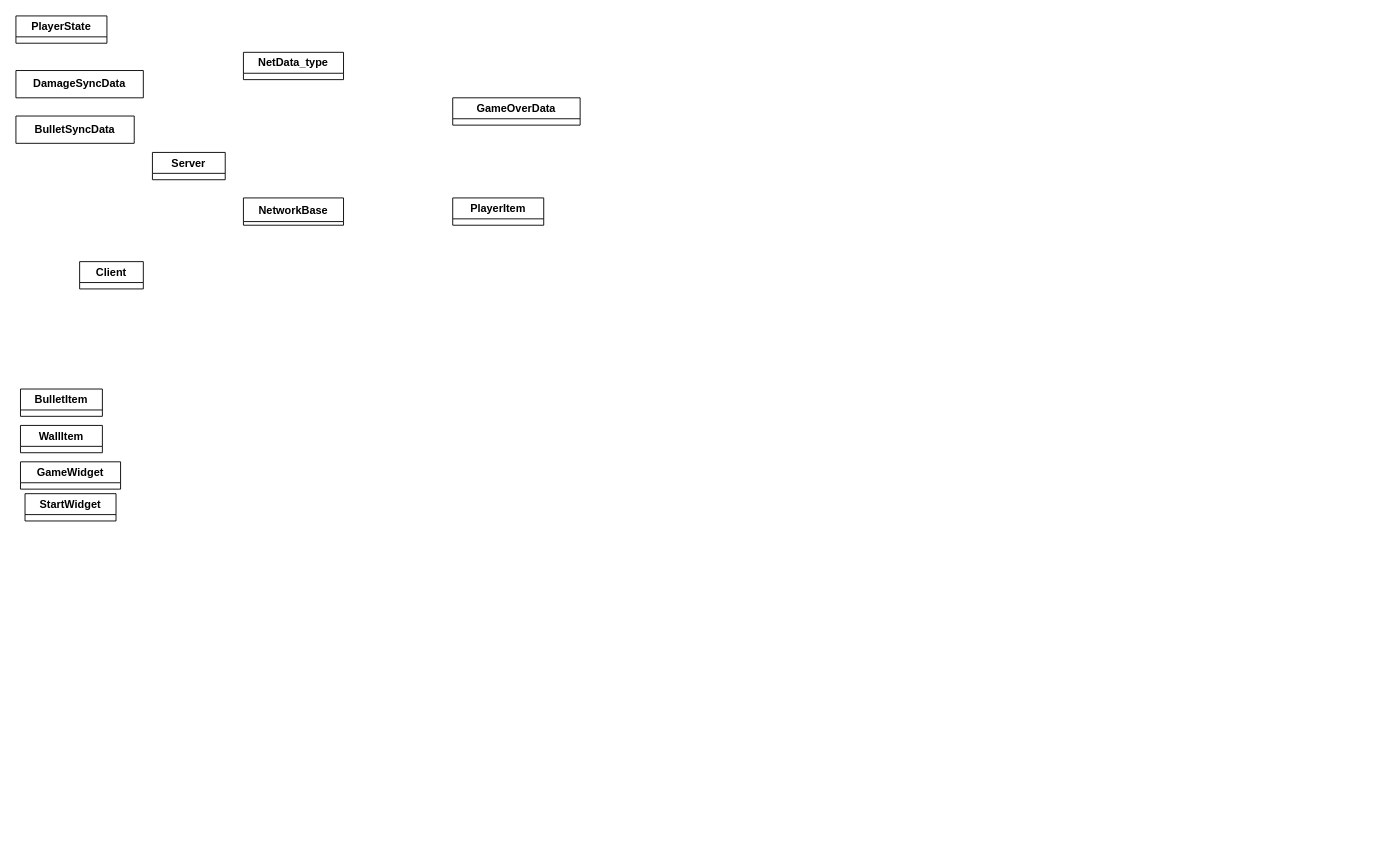
This is 未命名绘图.drawio from tiance002/text1, a draw.io file, before an edit. Source tidied: cells renumbered, new cells numbered last; positions are measured from the earlier drawing's top-left corner, leaving out a move shared by most shapes. Both pictures are drawn from the tidied source at 91%, with x=0, y=0 at pixel (15, 15).
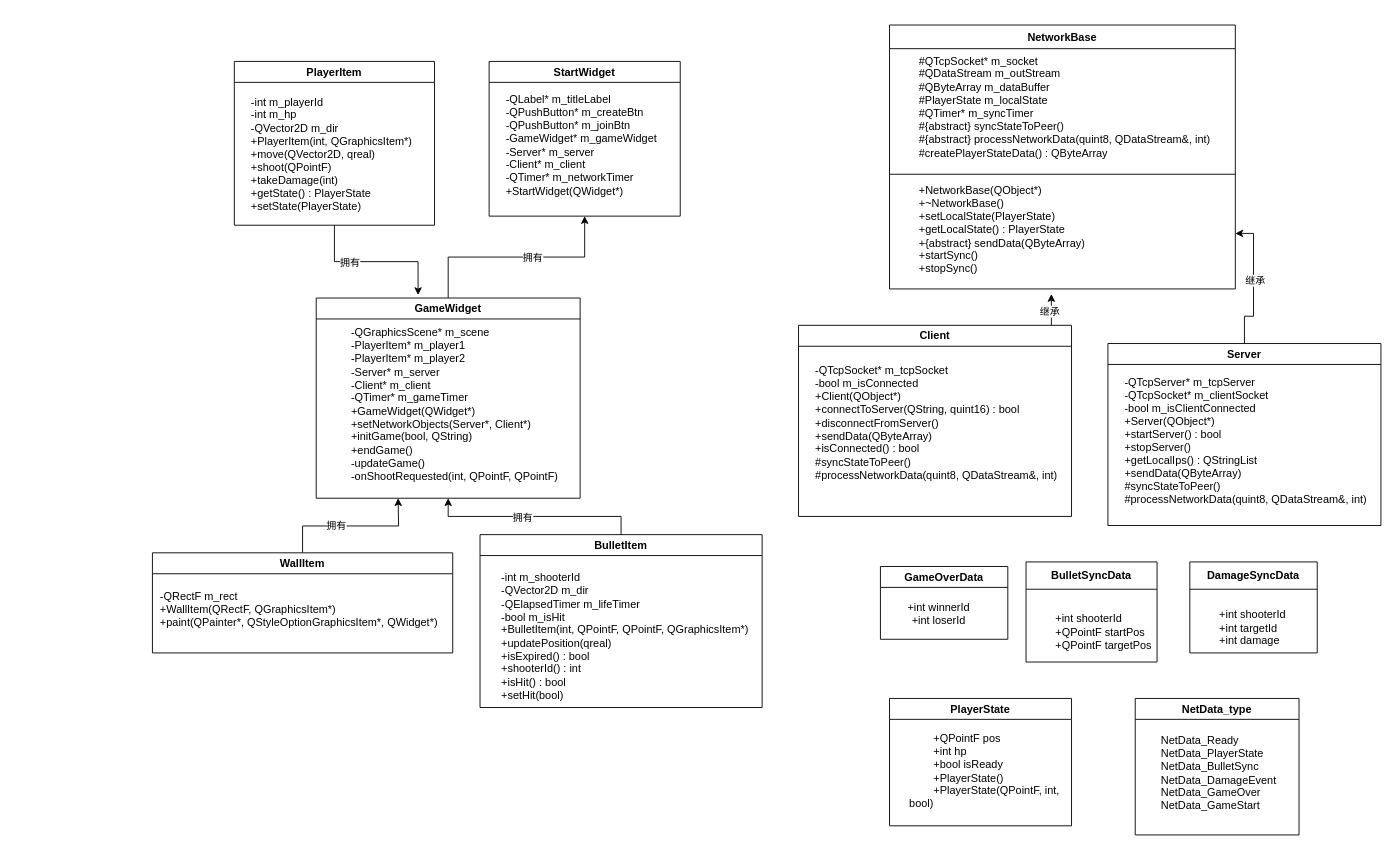
After the change.

Commit message:
更新未命名绘图.drawio

Diff of the diagram source:
```diff
@@
-    <mxCell id="2" value="PlayerState" style="swimlane;whiteSpace=wrap;html=1;" parent="1" vertex="1" collapsed="1">
-      <mxGeometry width="100" height="30" as="geometry" />
+    <mxCell id="2" value="PlayerState" style="swimlane;whiteSpace=wrap;html=1;" parent="1" vertex="1">
+      <mxGeometry x="960" y="750" width="200" height="140" as="geometry" />
     </mxCell>
+    <mxCell id="15" value="&lt;div&gt;&amp;nbsp; &amp;nbsp; &amp;nbsp; &amp;nbsp; +QPointF pos&lt;/div&gt;&lt;div&gt;&amp;nbsp; &amp;nbsp; &amp;nbsp; &amp;nbsp; +int hp&lt;/div&gt;&lt;div&gt;&amp;nbsp; &amp;nbsp; &amp;nbsp; &amp;nbsp; +bool isReady&lt;/div&gt;&lt;div&gt;&amp;nbsp; &amp;nbsp; &amp;nbsp; &amp;nbsp; +PlayerState()&lt;/div&gt;&lt;div style=&quot;&quot;&gt;&amp;nbsp; &amp;nbsp; &amp;nbsp; &amp;nbsp; +PlayerState(QPointF, int, bool)&lt;/div&gt;" style="text;html=1;whiteSpace=wrap;strokeColor=none;fillColor=none;align=left;verticalAlign=middle;rounded=0;" parent="2" vertex="1">
+      <mxGeometry x="20" y="50" width="190" height="60" as="geometry" />
+    </mxCell>
-    <mxCell id="3" value="&lt;b&gt;DamageSyncData&lt;/b&gt;" style="swimlane;fontStyle=0;horizontal=1;startSize=30;whiteSpace=wrap;html=1;" parent="1" vertex="1" collapsed="1">
-      <mxGeometry y="60" width="140" height="30" as="geometry" />
+    <mxCell id="3" value="&lt;b&gt;DamageSyncData&lt;/b&gt;" style="swimlane;fontStyle=0;horizontal=1;startSize=30;whiteSpace=wrap;html=1;" parent="1" vertex="1">
+      <mxGeometry x="1290" y="600" width="140" height="100" as="geometry" />
     </mxCell>
+    <mxCell id="16" value="&lt;div&gt;&lt;br&gt;&lt;/div&gt;&lt;div&gt;&amp;nbsp; &amp;nbsp; &amp;nbsp; &amp;nbsp; +int shooterId&lt;/div&gt;&lt;div&gt;&amp;nbsp; &amp;nbsp; &amp;nbsp; &amp;nbsp; +int targetId&lt;/div&gt;&lt;div&gt;&amp;nbsp; &amp;nbsp; &amp;nbsp; &amp;nbsp; +int damage&lt;/div&gt;" style="text;strokeColor=none;fillColor=none;align=left;verticalAlign=middle;spacingLeft=4;spacingRight=4;overflow=hidden;whiteSpace=wrap;html=1;" parent="3" vertex="1">
+      <mxGeometry y="30" width="140" height="70" as="geometry" />
+    </mxCell>
-    <mxCell id="4" value="&lt;span style=&quot;font-weight: 700;&quot;&gt;BulletSyncData&lt;/span&gt;" style="swimlane;fontStyle=0;horizontal=1;startSize=30;whiteSpace=wrap;html=1;" parent="1" vertex="1" collapsed="1">
-      <mxGeometry y="110" width="130" height="30" as="geometry" />
+    <mxCell id="4" value="&lt;span style=&quot;font-weight: 700;&quot;&gt;BulletSyncData&lt;/span&gt;" style="swimlane;fontStyle=0;horizontal=1;startSize=30;whiteSpace=wrap;html=1;" parent="1" vertex="1">
+      <mxGeometry x="1110" y="600" width="144" height="110" as="geometry" />
     </mxCell>
+    <mxCell id="17" value="&lt;br&gt;&lt;div&gt;&lt;div&gt;&amp;nbsp; &amp;nbsp; &amp;nbsp; &amp;nbsp; +int shooterId&lt;/div&gt;&lt;div&gt;&amp;nbsp; &amp;nbsp; &amp;nbsp; &amp;nbsp; +QPointF startPos&lt;/div&gt;&lt;div&gt;&amp;nbsp; &amp;nbsp; &amp;nbsp; &amp;nbsp; +QPointF targetPos&lt;/div&gt;&lt;/div&gt;" style="text;strokeColor=none;fillColor=none;align=left;verticalAlign=middle;spacingLeft=4;spacingRight=4;overflow=hidden;whiteSpace=wrap;html=1;" parent="4" vertex="1">
+      <mxGeometry y="30" width="144" height="80" as="geometry" />
+    </mxCell>
-    <mxCell id="5" value="GameOverData" style="swimlane;whiteSpace=wrap;html=1;" parent="1" vertex="1" collapsed="1">
-      <mxGeometry x="480" y="90" width="140" height="30" as="geometry" />
+    <mxCell id="5" value="GameOverData" style="swimlane;whiteSpace=wrap;html=1;" parent="1" vertex="1">
+      <mxGeometry x="950" y="605" width="140" height="80" as="geometry" />
     </mxCell>
+    <mxCell id="18" value="&lt;div&gt;&lt;br&gt;&lt;/div&gt;&lt;div&gt;&amp;nbsp; &amp;nbsp; &amp;nbsp; &amp;nbsp; +int winnerId&lt;/div&gt;&lt;div&gt;&amp;nbsp; &amp;nbsp; &amp;nbsp; &amp;nbsp; +int loserId&lt;/div&gt;" style="text;html=1;whiteSpace=wrap;strokeColor=none;fillColor=none;align=center;verticalAlign=middle;rounded=0;" parent="5" vertex="1">
+      <mxGeometry x="1" y="30" width="100" height="30" as="geometry" />
+    </mxCell>
-    <mxCell id="6" value="NetData_type" style="swimlane;whiteSpace=wrap;html=1;" parent="1" vertex="1" collapsed="1">
-      <mxGeometry x="250" y="40" width="110" height="30" as="geometry" />
+    <mxCell id="6" value="NetData_type" style="swimlane;whiteSpace=wrap;html=1;" parent="1" vertex="1">
+      <mxGeometry x="1230" y="750" width="180" height="150" as="geometry" />
     </mxCell>
+    <mxCell id="19" value="&lt;div&gt;&lt;br&gt;&lt;/div&gt;&lt;div&gt;&amp;nbsp; &amp;nbsp; &amp;nbsp; &amp;nbsp; NetData_Ready&lt;/div&gt;&lt;div&gt;&amp;nbsp; &amp;nbsp; &amp;nbsp; &amp;nbsp; NetData_PlayerState&lt;/div&gt;&lt;div&gt;&amp;nbsp; &amp;nbsp; &amp;nbsp; &amp;nbsp; NetData_BulletSync&lt;/div&gt;&lt;div&gt;&amp;nbsp; &amp;nbsp; &amp;nbsp; &amp;nbsp; NetData_DamageEvent&lt;/div&gt;&lt;div&gt;&amp;nbsp; &amp;nbsp; &amp;nbsp; &amp;nbsp; NetData_GameOver&lt;/div&gt;&lt;div&gt;&amp;nbsp; &amp;nbsp; &amp;nbsp; &amp;nbsp; NetData_GameStart&lt;/div&gt;" style="text;html=1;whiteSpace=wrap;strokeColor=none;fillColor=none;align=left;verticalAlign=middle;rounded=0;" parent="6" vertex="1">
+      <mxGeometry y="60" width="160" height="30" as="geometry" />
+    </mxCell>
+    <mxCell id="20" style="edgeStyle=orthogonalEdgeStyle;rounded=0;jettySize=auto;html=1;" parent="1" edge="1" source="7" target="41">
+      <mxGeometry relative="1" as="geometry" />
+    </mxCell>
+    <mxCell id="21" value="继承" style="edgeLabel;html=1;align=center;verticalAlign=middle;" parent="20" vertex="1">
+      <mxGeometry x="0.06" y="-1" relative="1" as="geometry" />
+    </mxCell>
-    <mxCell id="7" value="Server" style="swimlane;whiteSpace=wrap;html=1;" parent="1" vertex="1" collapsed="1">
-      <mxGeometry x="150" y="150" width="80" height="30" as="geometry" />
+    <mxCell id="7" value="Server" style="swimlane;whiteSpace=wrap;html=1;" parent="1" vertex="1">
+      <mxGeometry x="1200" y="360" width="300" height="200" as="geometry" />
     </mxCell>
+    <mxCell id="22" value="&lt;div&gt;&lt;br&gt;&lt;/div&gt;&lt;div&gt;&amp;nbsp; &amp;nbsp; &amp;nbsp; &amp;nbsp; -QTcpServer* m_tcpServer&lt;/div&gt;&lt;div&gt;&amp;nbsp; &amp;nbsp; &amp;nbsp; &amp;nbsp; -QTcpSocket* m_clientSocket&lt;/div&gt;&lt;div&gt;&amp;nbsp; &amp;nbsp; &amp;nbsp; &amp;nbsp; -bool m_isClientConnected&lt;/div&gt;&lt;div&gt;&amp;nbsp; &amp;nbsp; &amp;nbsp; &amp;nbsp; +Server(QObject*)&lt;/div&gt;&lt;div&gt;&amp;nbsp; &amp;nbsp; &amp;nbsp; &amp;nbsp; +startServer() : bool&lt;/div&gt;&lt;div&gt;&amp;nbsp; &amp;nbsp; &amp;nbsp; &amp;nbsp; +stopServer()&lt;/div&gt;&lt;div&gt;&amp;nbsp; &amp;nbsp; &amp;nbsp; &amp;nbsp; +getLocalIps() : QStringList&lt;/div&gt;&lt;div&gt;&amp;nbsp; &amp;nbsp; &amp;nbsp; &amp;nbsp; +sendData(QByteArray)&lt;/div&gt;&lt;div&gt;&amp;nbsp; &amp;nbsp; &amp;nbsp; &amp;nbsp; #syncStateToPeer()&lt;/div&gt;&lt;div&gt;&amp;nbsp; &amp;nbsp; &amp;nbsp; &amp;nbsp; #processNetworkData(quint8, QDataStream&amp;amp;, int)&lt;/div&gt;" style="text;html=1;whiteSpace=wrap;strokeColor=none;fillColor=none;align=left;verticalAlign=middle;rounded=0;" parent="7" vertex="1">
+      <mxGeometry x="-10" y="85" width="300" height="30" as="geometry" />
+    </mxCell>
+    <mxCell id="23" style="edgeStyle=orthogonalEdgeStyle;rounded=0;jettySize=auto;html=1;entryX=0.468;entryY=1.046;entryDx=0;entryDy=0;entryPerimeter=0;" parent="1" edge="1" source="8" target="41">
+      <mxGeometry relative="1" as="geometry">
+        <Array as="points">
+          <mxPoint x="998" y="370" />
+          <mxPoint x="998" y="370" />
+        </Array>
+      </mxGeometry>
+    </mxCell>
+    <mxCell id="24" value="继承" style="edgeLabel;html=1;align=center;verticalAlign=middle;" parent="23" vertex="1">
+      <mxGeometry x="-0.07" y="2" relative="1" as="geometry" />
+    </mxCell>
-    <mxCell id="8" value="Client" style="swimlane;whiteSpace=wrap;html=1;" parent="1" vertex="1" collapsed="1">
-      <mxGeometry x="70" y="270" width="70" height="30" as="geometry" />
+    <mxCell id="8" value="Client" style="swimlane;whiteSpace=wrap;html=1;" parent="1" vertex="1">
+      <mxGeometry x="860" y="340" width="300" height="210" as="geometry" />
     </mxCell>
+    <mxCell id="25" value="&lt;div&gt;&lt;br&gt;&lt;/div&gt;&lt;div&gt;&amp;nbsp; &amp;nbsp; &amp;nbsp; &amp;nbsp; -QTcpSocket* m_tcpSocket&lt;/div&gt;&lt;div&gt;&amp;nbsp; &amp;nbsp; &amp;nbsp; &amp;nbsp; -bool m_isConnected&lt;/div&gt;&lt;div&gt;&amp;nbsp; &amp;nbsp; &amp;nbsp; &amp;nbsp; +Client(QObject*)&lt;/div&gt;&lt;div&gt;&amp;nbsp; &amp;nbsp; &amp;nbsp; &amp;nbsp; +connectToServer(QString, quint16) : bool&lt;/div&gt;&lt;div&gt;&amp;nbsp; &amp;nbsp; &amp;nbsp; &amp;nbsp; +disconnectFromServer()&lt;/div&gt;&lt;div&gt;&amp;nbsp; &amp;nbsp; &amp;nbsp; &amp;nbsp; +sendData(QByteArray)&lt;/div&gt;&lt;div&gt;&amp;nbsp; &amp;nbsp; &amp;nbsp; &amp;nbsp; +isConnected() : bool&lt;/div&gt;&lt;div&gt;&amp;nbsp; &amp;nbsp; &amp;nbsp; &amp;nbsp; #syncStateToPeer()&lt;/div&gt;&lt;div&gt;&amp;nbsp; &amp;nbsp; &amp;nbsp; &amp;nbsp; #processNetworkData(quint8, QDataStream&amp;amp;, int)&lt;/div&gt;" style="text;html=1;whiteSpace=wrap;strokeColor=none;fillColor=none;align=left;verticalAlign=middle;rounded=0;" parent="8" vertex="1">
+      <mxGeometry x="-10" y="85" width="300" height="30" as="geometry" />
+    </mxCell>
+    <mxCell id="26" style="edgeStyle=orthogonalEdgeStyle;rounded=0;jettySize=auto;html=1;entryX=0.386;entryY=-0.015;entryDx=0;entryDy=0;entryPerimeter=0;" parent="1" edge="1" source="9" target="12">
+      <mxGeometry relative="1" as="geometry" />
+    </mxCell>
+    <mxCell id="27" value="拥有" style="edgeLabel;html=1;align=center;verticalAlign=middle;" parent="26" vertex="1">
+      <mxGeometry x="-0.34" relative="1" as="geometry" />
+    </mxCell>
-    <mxCell id="9" value="PlayerItem" style="swimlane;whiteSpace=wrap;html=1;" parent="1" vertex="1" collapsed="1">
-      <mxGeometry x="480" y="200" width="100" height="30" as="geometry" />
+    <mxCell id="9" value="PlayerItem" style="swimlane;whiteSpace=wrap;html=1;" parent="1" vertex="1">
+      <mxGeometry x="240" y="50" width="220" height="180" as="geometry" />
     </mxCell>
+    <mxCell id="28" value="&lt;div&gt;&lt;br&gt;&lt;/div&gt;&lt;div&gt;&amp;nbsp; &amp;nbsp; &amp;nbsp; &amp;nbsp; -int m_playerId&lt;/div&gt;&lt;div&gt;&amp;nbsp; &amp;nbsp; &amp;nbsp; &amp;nbsp; -int m_hp&lt;/div&gt;&lt;div&gt;&amp;nbsp; &amp;nbsp; &amp;nbsp; &amp;nbsp; -QVector2D m_dir&lt;/div&gt;&lt;div&gt;&amp;nbsp; &amp;nbsp; &amp;nbsp; &amp;nbsp; +PlayerItem(int, QGraphicsItem*)&lt;/div&gt;&lt;div&gt;&amp;nbsp; &amp;nbsp; &amp;nbsp; &amp;nbsp; +move(QVector2D, qreal)&lt;/div&gt;&lt;div&gt;&amp;nbsp; &amp;nbsp; &amp;nbsp; &amp;nbsp; +shoot(QPointF)&lt;/div&gt;&lt;div&gt;&amp;nbsp; &amp;nbsp; &amp;nbsp; &amp;nbsp; +takeDamage(int)&lt;/div&gt;&lt;div&gt;&amp;nbsp; &amp;nbsp; &amp;nbsp; &amp;nbsp; +getState() : PlayerState&lt;/div&gt;&lt;div&gt;&amp;nbsp; &amp;nbsp; &amp;nbsp; &amp;nbsp; +setState(PlayerState)&lt;/div&gt;" style="text;html=1;whiteSpace=wrap;strokeColor=none;fillColor=none;align=left;verticalAlign=middle;rounded=0;" parent="9" vertex="1">
+      <mxGeometry x="-10" y="80" width="230" height="30" as="geometry" />
+    </mxCell>
+    <mxCell id="29" style="edgeStyle=orthogonalEdgeStyle;rounded=0;jettySize=auto;html=1;exitX=0.5;exitY=0;exitDx=0;exitDy=0;entryX=0.5;entryY=1;entryDx=0;entryDy=0;" parent="1" edge="1" source="10" target="12">
+      <mxGeometry relative="1" as="geometry" />
+    </mxCell>
+    <mxCell id="30" value="拥有" style="edgeLabel;html=1;align=center;verticalAlign=middle;" parent="29" vertex="1">
+      <mxGeometry x="0.12" y="1" relative="1" as="geometry" />
+    </mxCell>
-    <mxCell id="10" value="BulletItem" style="swimlane;whiteSpace=wrap;html=1;" parent="1" vertex="1" collapsed="1">
-      <mxGeometry x="5" y="410" width="90" height="30" as="geometry" />
+    <mxCell id="10" value="BulletItem" style="swimlane;whiteSpace=wrap;html=1;" parent="1" vertex="1">
+      <mxGeometry x="510" y="570" width="310" height="190" as="geometry" />
     </mxCell>
+    <mxCell id="31" value="&lt;div&gt;&lt;br&gt;&lt;/div&gt;&lt;div&gt;&amp;nbsp; &amp;nbsp; &amp;nbsp; &amp;nbsp; -int m_shooterId&lt;/div&gt;&lt;div&gt;&amp;nbsp; &amp;nbsp; &amp;nbsp; &amp;nbsp; -QVector2D m_dir&lt;/div&gt;&lt;div&gt;&amp;nbsp; &amp;nbsp; &amp;nbsp; &amp;nbsp; -QElapsedTimer m_lifeTimer&lt;/div&gt;&lt;div&gt;&amp;nbsp; &amp;nbsp; &amp;nbsp; &amp;nbsp; -bool m_isHit&lt;/div&gt;&lt;div&gt;&amp;nbsp; &amp;nbsp; &amp;nbsp; &amp;nbsp; +BulletItem(int, QPointF, QPointF, QGraphicsItem*)&lt;/div&gt;&lt;div&gt;&amp;nbsp; &amp;nbsp; &amp;nbsp; &amp;nbsp; +updatePosition(qreal)&lt;/div&gt;&lt;div&gt;&amp;nbsp; &amp;nbsp; &amp;nbsp; &amp;nbsp; +isExpired() : bool&lt;/div&gt;&lt;div&gt;&amp;nbsp; &amp;nbsp; &amp;nbsp; &amp;nbsp; +shooterId() : int&lt;/div&gt;&lt;div&gt;&amp;nbsp; &amp;nbsp; &amp;nbsp; &amp;nbsp; +isHit() : bool&lt;/div&gt;&lt;div&gt;&amp;nbsp; &amp;nbsp; &amp;nbsp; &amp;nbsp; +setHit(bool)&lt;/div&gt;" style="text;html=1;whiteSpace=wrap;strokeColor=none;fillColor=none;align=left;verticalAlign=middle;rounded=0;" parent="10" vertex="1">
+      <mxGeometry x="-5" y="90" width="320" height="30" as="geometry" />
+    </mxCell>
+    <mxCell id="32" style="edgeStyle=orthogonalEdgeStyle;rounded=0;jettySize=auto;html=1;exitX=0.5;exitY=0;exitDx=0;exitDy=0;" parent="1" edge="1" source="11">
+      <mxGeometry relative="1" as="geometry">
+        <mxPoint x="420" y="530" as="targetPoint" />
+      </mxGeometry>
+    </mxCell>
+    <mxCell id="33" value="拥有" style="edgeLabel;html=1;align=center;verticalAlign=middle;" parent="32" vertex="1">
+      <mxGeometry x="-0.2" y="1" relative="1" as="geometry" />
+    </mxCell>
-    <mxCell id="11" value="WallItem" style="swimlane;whiteSpace=wrap;html=1;" parent="1" vertex="1" collapsed="1">
-      <mxGeometry x="5" y="450" width="90" height="30" as="geometry" />
+    <mxCell id="11" value="WallItem" style="swimlane;whiteSpace=wrap;html=1;" parent="1" vertex="1">
+      <mxGeometry x="150" y="590" width="330" height="110" as="geometry" />
     </mxCell>
+    <mxCell id="34" value="&lt;div&gt;&lt;br&gt;&lt;/div&gt;&lt;div&gt;&amp;nbsp; &amp;nbsp; &amp;nbsp; &amp;nbsp; -QRectF m_rect&lt;/div&gt;&lt;div&gt;&amp;nbsp; &amp;nbsp; &amp;nbsp; &amp;nbsp; +WallItem(QRectF, QGraphicsItem*)&lt;/div&gt;&lt;div&gt;&amp;nbsp; &amp;nbsp; &amp;nbsp; &amp;nbsp; +paint(QPainter*, QStyleOptionGraphicsItem*, QWidget*)&lt;/div&gt;" style="text;html=1;whiteSpace=wrap;strokeColor=none;fillColor=none;align=left;verticalAlign=middle;rounded=0;" parent="11" vertex="1">
+      <mxGeometry x="-20" y="40" width="340" height="30" as="geometry" />
+    </mxCell>
+    <mxCell id="35" style="edgeStyle=orthogonalEdgeStyle;rounded=0;jettySize=auto;html=1;entryX=0.5;entryY=1;entryDx=0;entryDy=0;" parent="1" edge="1" source="12" target="13">
+      <mxGeometry relative="1" as="geometry" />
+    </mxCell>
+    <mxCell id="36" value="拥有" style="edgeLabel;html=1;align=center;verticalAlign=middle;" parent="35" vertex="1">
+      <mxGeometry x="0.14" relative="1" as="geometry" />
+    </mxCell>
-    <mxCell id="12" value="GameWidget" style="swimlane;whiteSpace=wrap;html=1;" parent="1" vertex="1" collapsed="1">
-      <mxGeometry x="5" y="490" width="110" height="30" as="geometry" />
+    <mxCell id="12" value="GameWidget" style="swimlane;whiteSpace=wrap;html=1;" parent="1" vertex="1">
+      <mxGeometry x="330" y="310" width="290" height="220" as="geometry" />
     </mxCell>
+    <mxCell id="37" value="&lt;div&gt;&lt;br&gt;&lt;/div&gt;&lt;div&gt;&amp;nbsp; &amp;nbsp; &amp;nbsp; &amp;nbsp; -QGraphicsScene* m_scene&lt;/div&gt;&lt;div&gt;&amp;nbsp; &amp;nbsp; &amp;nbsp; &amp;nbsp; -PlayerItem* m_player1&lt;/div&gt;&lt;div&gt;&amp;nbsp; &amp;nbsp; &amp;nbsp; &amp;nbsp; -PlayerItem* m_player2&lt;/div&gt;&lt;div&gt;&amp;nbsp; &amp;nbsp; &amp;nbsp; &amp;nbsp; -Server* m_server&lt;/div&gt;&lt;div&gt;&amp;nbsp; &amp;nbsp; &amp;nbsp; &amp;nbsp; -Client* m_client&lt;/div&gt;&lt;div&gt;&amp;nbsp; &amp;nbsp; &amp;nbsp; &amp;nbsp; -QTimer* m_gameTimer&lt;/div&gt;&lt;div&gt;&amp;nbsp; &amp;nbsp; &amp;nbsp; &amp;nbsp; +GameWidget(QWidget*)&lt;/div&gt;&lt;div&gt;&amp;nbsp; &amp;nbsp; &amp;nbsp; &amp;nbsp; +setNetworkObjects(Server*, Client*)&lt;/div&gt;&lt;div&gt;&amp;nbsp; &amp;nbsp; &amp;nbsp; &amp;nbsp; +initGame(bool, QString)&lt;/div&gt;&lt;div&gt;&amp;nbsp; &amp;nbsp; &amp;nbsp; &amp;nbsp; +endGame()&lt;/div&gt;&lt;div&gt;&amp;nbsp; &amp;nbsp; &amp;nbsp; &amp;nbsp; -updateGame()&lt;/div&gt;&lt;div&gt;&amp;nbsp; &amp;nbsp; &amp;nbsp; &amp;nbsp; -onShootRequested(int, QPointF, QPointF)&lt;/div&gt;" style="text;html=1;whiteSpace=wrap;strokeColor=none;fillColor=none;align=left;verticalAlign=middle;rounded=0;" parent="12" vertex="1">
+      <mxGeometry x="10" y="95" width="290" height="30" as="geometry" />
+    </mxCell>
-    <mxCell id="13" value="StartWidget" style="swimlane;whiteSpace=wrap;html=1;" parent="1" vertex="1" collapsed="1">
-      <mxGeometry x="10" y="525" width="100" height="30" as="geometry" />
+    <mxCell id="13" value="StartWidget" style="swimlane;whiteSpace=wrap;html=1;" parent="1" vertex="1">
+      <mxGeometry x="520" y="50" width="210" height="170" as="geometry" />
     </mxCell>
+    <mxCell id="38" value="&lt;div&gt;&lt;br&gt;&lt;/div&gt;&lt;div&gt;&amp;nbsp; &amp;nbsp; &amp;nbsp; &amp;nbsp; -QLabel* m_titleLabel&lt;/div&gt;&lt;div&gt;&amp;nbsp; &amp;nbsp; &amp;nbsp; &amp;nbsp; -QPushButton* m_createBtn&lt;/div&gt;&lt;div&gt;&amp;nbsp; &amp;nbsp; &amp;nbsp; &amp;nbsp; -QPushButton* m_joinBtn&lt;/div&gt;&lt;div&gt;&amp;nbsp; &amp;nbsp; &amp;nbsp; &amp;nbsp; -GameWidget* m_gameWidget&lt;/div&gt;&lt;div&gt;&amp;nbsp; &amp;nbsp; &amp;nbsp; &amp;nbsp; -Server* m_server&lt;/div&gt;&lt;div&gt;&amp;nbsp; &amp;nbsp; &amp;nbsp; &amp;nbsp; -Client* m_client&lt;/div&gt;&lt;div&gt;&amp;nbsp; &amp;nbsp; &amp;nbsp; &amp;nbsp; -QTimer* m_networkTimer&lt;/div&gt;&lt;div&gt;&amp;nbsp; &amp;nbsp; &amp;nbsp; &amp;nbsp; +StartWidget(QWidget*)&lt;/div&gt;" style="text;html=1;whiteSpace=wrap;strokeColor=none;fillColor=none;align=left;verticalAlign=middle;rounded=0;" parent="13" vertex="1">
+      <mxGeometry x="-10" y="70" width="260" height="30" as="geometry" />
+    </mxCell>
-    <mxCell id="14" value="NetworkBase" style="swimlane;fontStyle=1;align=center;verticalAlign=top;horizontal=1;startSize=26;whiteSpace=wrap;html=1;" parent="1" vertex="1" collapsed="1">
-      <mxGeometry x="250" y="200" width="110" height="30" as="geometry" />
+    <mxCell id="14" value="NetworkBase" style="swimlane;fontStyle=1;align=center;verticalAlign=top;horizontal=1;startSize=26;whiteSpace=wrap;html=1;" parent="1" vertex="1">
+      <mxGeometry x="960" y="10" width="380" height="290" as="geometry" />
     </mxCell>
+    <mxCell id="39" value="&lt;div&gt;&lt;div&gt;&amp;nbsp; &amp;nbsp; &amp;nbsp; &amp;nbsp; #QTcpSocket* m_socket&lt;/div&gt;&lt;div&gt;&amp;nbsp; &amp;nbsp; &amp;nbsp; &amp;nbsp; #QDataStream m_outStream&lt;/div&gt;&lt;div&gt;&amp;nbsp; &amp;nbsp; &amp;nbsp; &amp;nbsp; #QByteArray m_dataBuffer&lt;/div&gt;&lt;div&gt;&amp;nbsp; &amp;nbsp; &amp;nbsp; &amp;nbsp; #PlayerState m_localState&lt;/div&gt;&lt;div&gt;&amp;nbsp; &amp;nbsp; &amp;nbsp; &amp;nbsp; #QTimer* m_syncTimer&lt;/div&gt;&lt;/div&gt;&lt;div&gt;&lt;div&gt;&amp;nbsp; &amp;nbsp; &amp;nbsp; &amp;nbsp; #{abstract} syncStateToPeer()&lt;/div&gt;&lt;div&gt;&amp;nbsp; &amp;nbsp; &amp;nbsp; &amp;nbsp; #{abstract} processNetworkData(quint8, QDataStream&amp;amp;, int)&lt;/div&gt;&lt;div&gt;&amp;nbsp; &amp;nbsp; &amp;nbsp; &amp;nbsp; #createPlayerStateData() : QByteArray&lt;/div&gt;&lt;/div&gt;" style="text;strokeColor=none;fillColor=none;align=left;verticalAlign=top;spacingLeft=4;spacingRight=4;overflow=hidden;whiteSpace=wrap;html=1;" parent="14" vertex="1">
+      <mxGeometry y="26" width="380" height="134" as="geometry" />
+    </mxCell>
+    <mxCell id="40" style="line;strokeWidth=1;fillColor=none;align=left;verticalAlign=middle;spacingTop=-1;spacingLeft=3;spacingRight=3;labelPosition=right;strokeColor=inherit;" parent="14" vertex="1">
+      <mxGeometry y="160" width="380" height="8" as="geometry" />
+    </mxCell>
+    <mxCell id="41" value="&lt;div&gt;&lt;div&gt;&amp;nbsp; &amp;nbsp; &amp;nbsp; &amp;nbsp; +NetworkBase(QObject*)&lt;/div&gt;&lt;div&gt;&amp;nbsp; &amp;nbsp; &amp;nbsp; &amp;nbsp; +~NetworkBase()&lt;/div&gt;&lt;div&gt;&amp;nbsp; &amp;nbsp; &amp;nbsp; &amp;nbsp; +setLocalState(PlayerState)&lt;/div&gt;&lt;div&gt;&amp;nbsp; &amp;nbsp; &amp;nbsp; &amp;nbsp; +getLocalState() : PlayerState&lt;/div&gt;&lt;div&gt;&amp;nbsp; &amp;nbsp; &amp;nbsp; &amp;nbsp; +{abstract} sendData(QByteArray)&lt;/div&gt;&lt;div&gt;&amp;nbsp; &amp;nbsp; &amp;nbsp; &amp;nbsp; +startSync()&lt;/div&gt;&lt;div&gt;&amp;nbsp; &amp;nbsp; &amp;nbsp; &amp;nbsp; +stopSync()&lt;/div&gt;&lt;/div&gt;" style="text;strokeColor=none;fillColor=none;align=left;verticalAlign=top;spacingLeft=4;spacingRight=4;overflow=hidden;points=[[0,0.5],[1,0.5]];portConstraint=eastwest;whiteSpace=wrap;html=1;" parent="14" vertex="1">
+      <mxGeometry y="168" width="380" height="122" as="geometry" />
+    </mxCell>
```
